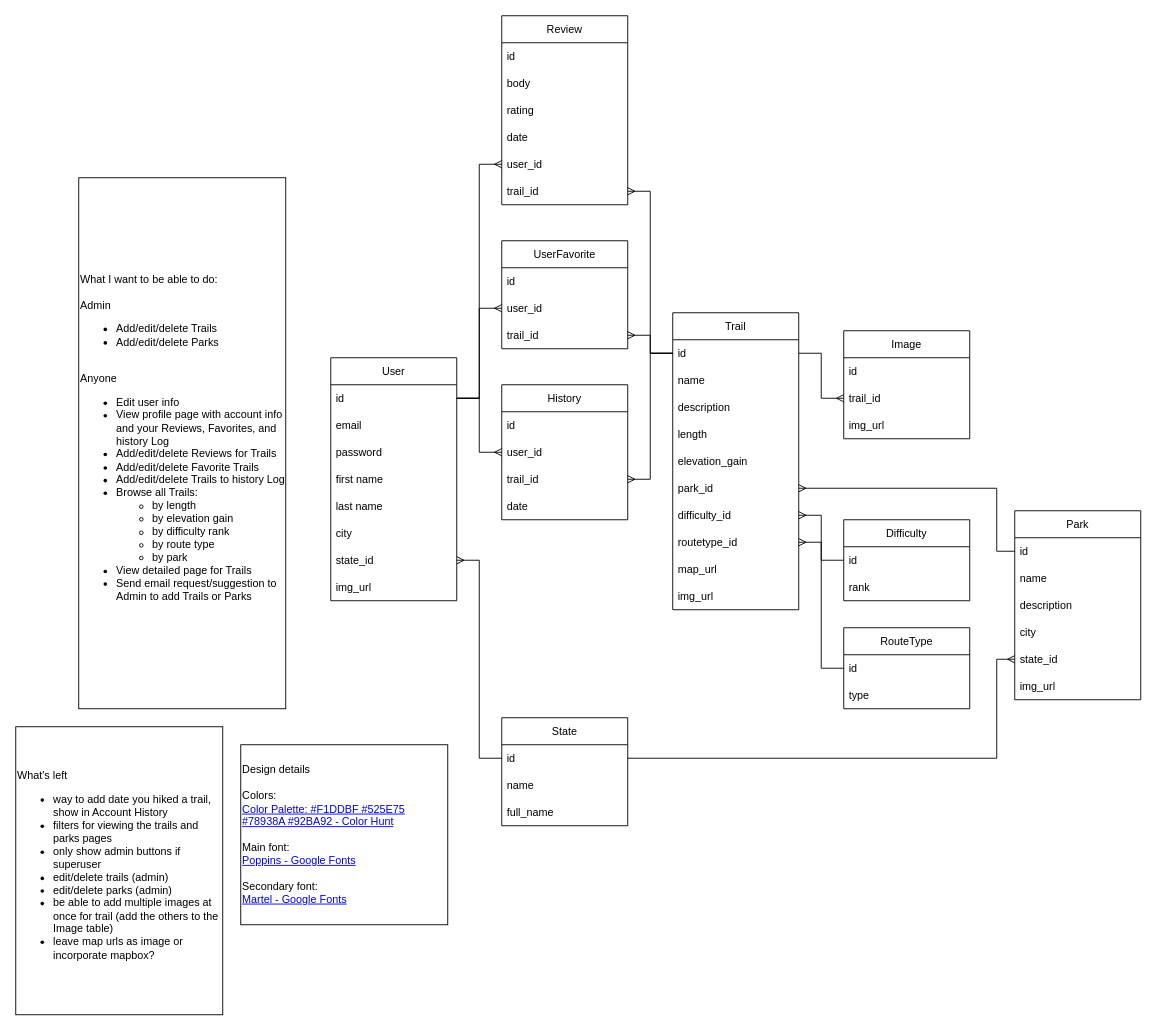
Above: planning/HikingVentures Brainstorming.drawio in gdbecker/HikingVentures (draw.io), before the change. Source tidied: cells renumbered, new cells numbered last; positions are measured from the earlier drawing's top-left corner, leaving out a move shared by most shapes. Both pictures are drawn from the tidied source at 90%, with x=0, y=0 at pixel (15, 15).
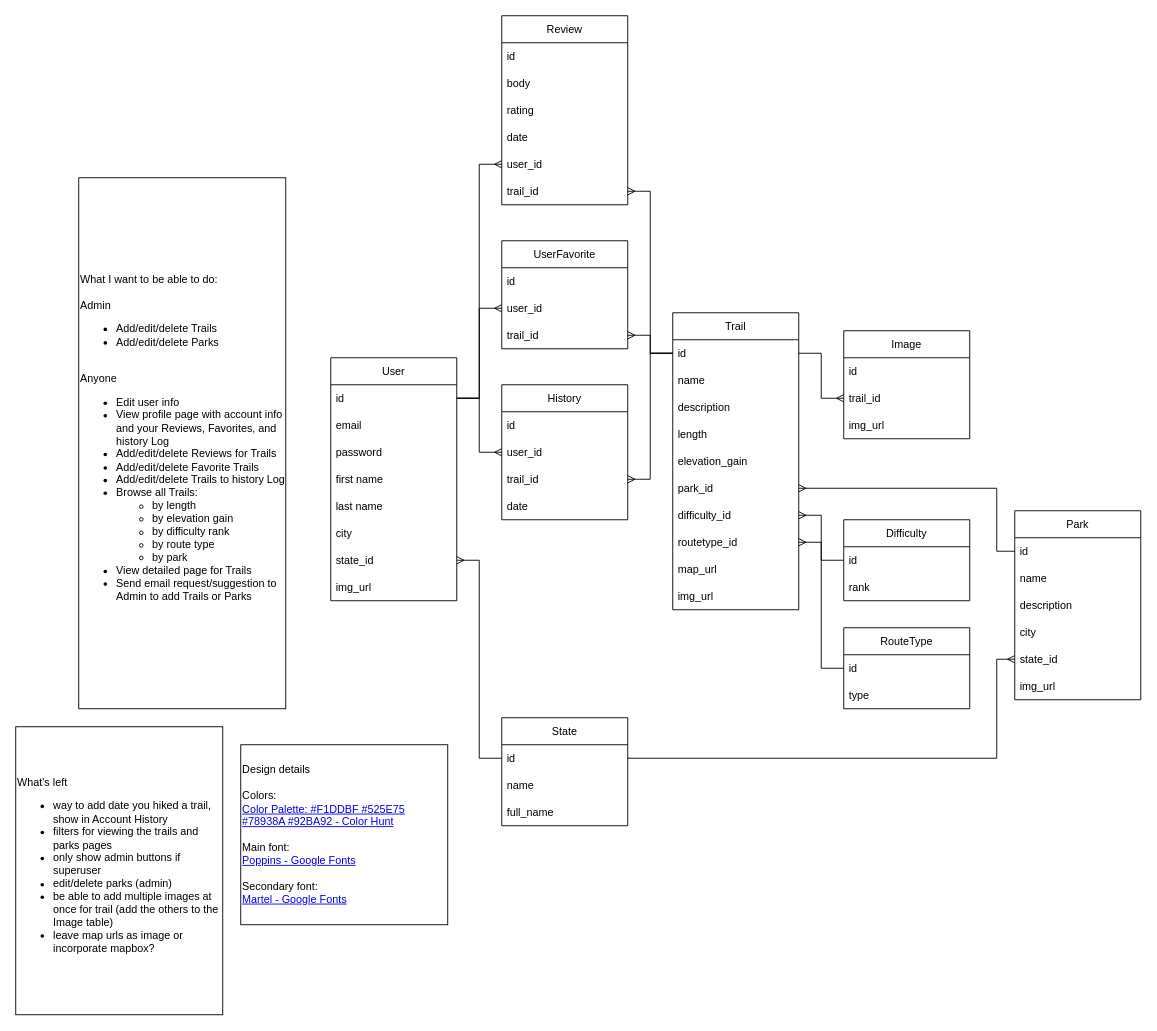
Above is the later version.

Diff of the diagram source:
```diff
@@
-    <mxCell id="73" value="What's left&lt;br&gt;&lt;ul&gt;&lt;li&gt;way to add date you hiked a trail, show in Account History&lt;/li&gt;&lt;li&gt;filters for viewing the trails and parks pages&lt;/li&gt;&lt;li&gt;only show admin buttons if superuser&lt;/li&gt;&lt;li&gt;edit/delete trails (admin)&lt;/li&gt;&lt;li&gt;edit/delete parks (admin)&lt;/li&gt;&lt;li&gt;be able to add multiple images at once for trail (add the others to the Image table)&lt;/li&gt;&lt;li&gt;leave map urls as image or incorporate mapbox?&lt;/li&gt;&lt;/ul&gt;" style="rounded=0;whiteSpace=wrap;html=1;align=left;" parent="1" vertex="1">
+    <mxCell id="73" value="What's left&lt;br&gt;&lt;ul&gt;&lt;li&gt;way to add date you hiked a trail, show in Account History&lt;/li&gt;&lt;li&gt;filters for viewing the trails and parks pages&lt;/li&gt;&lt;li&gt;only show admin buttons if superuser&lt;/li&gt;&lt;li&gt;edit/delete parks (admin)&lt;/li&gt;&lt;li&gt;be able to add multiple images at once for trail (add the others to the Image table)&lt;/li&gt;&lt;li&gt;leave map urls as image or incorporate mapbox?&lt;/li&gt;&lt;/ul&gt;" style="rounded=0;whiteSpace=wrap;html=1;align=left;" parent="1" vertex="1">
       <mxGeometry y="790" width="230" height="320" as="geometry" />
     </mxCell>
```
